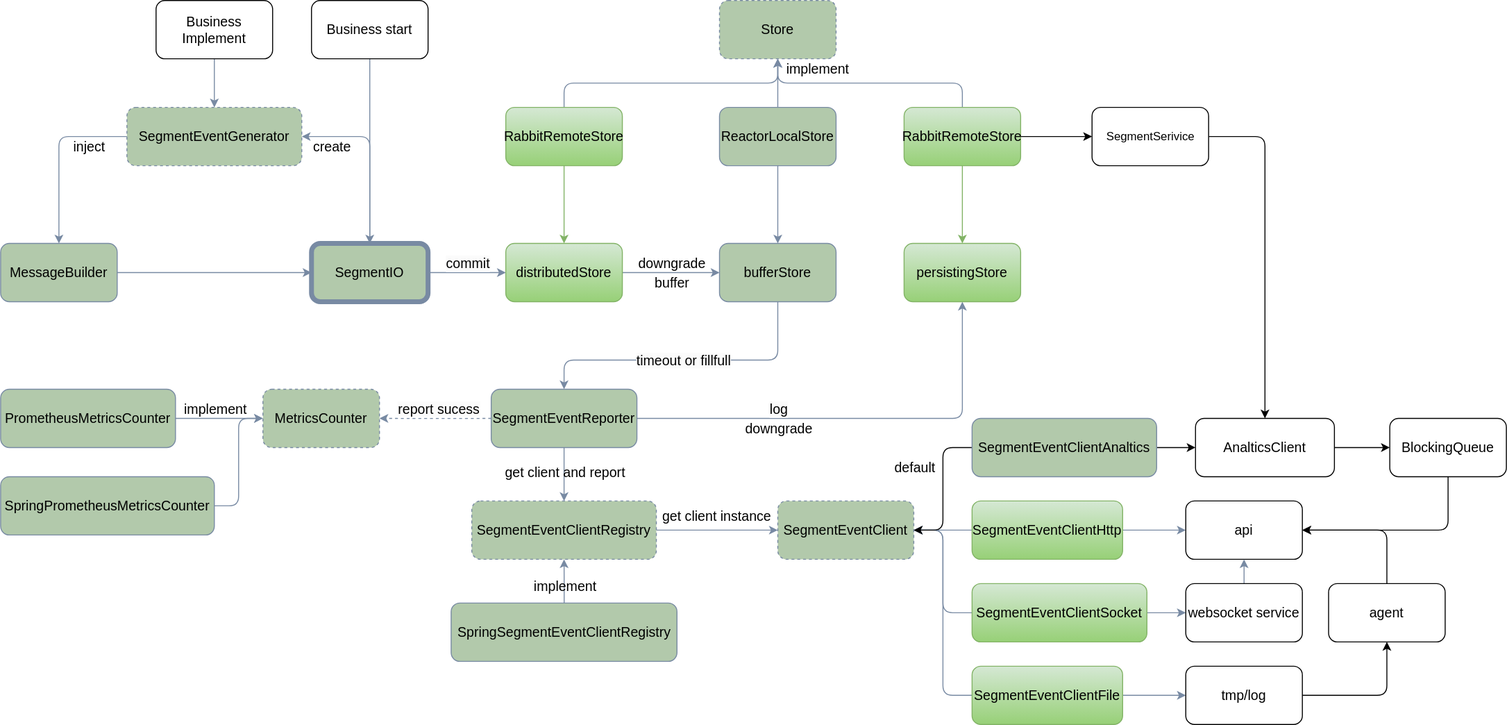
The draw.io diagram assets/SegmentEvent-V2.drawio.svg in sheldon-pacvue/segmenet-event, before a commit. Source tidied: cells renumbered, new cells last; positions are measured from the earlier drawing's top-left corner, leaving out a move shared by most shapes.
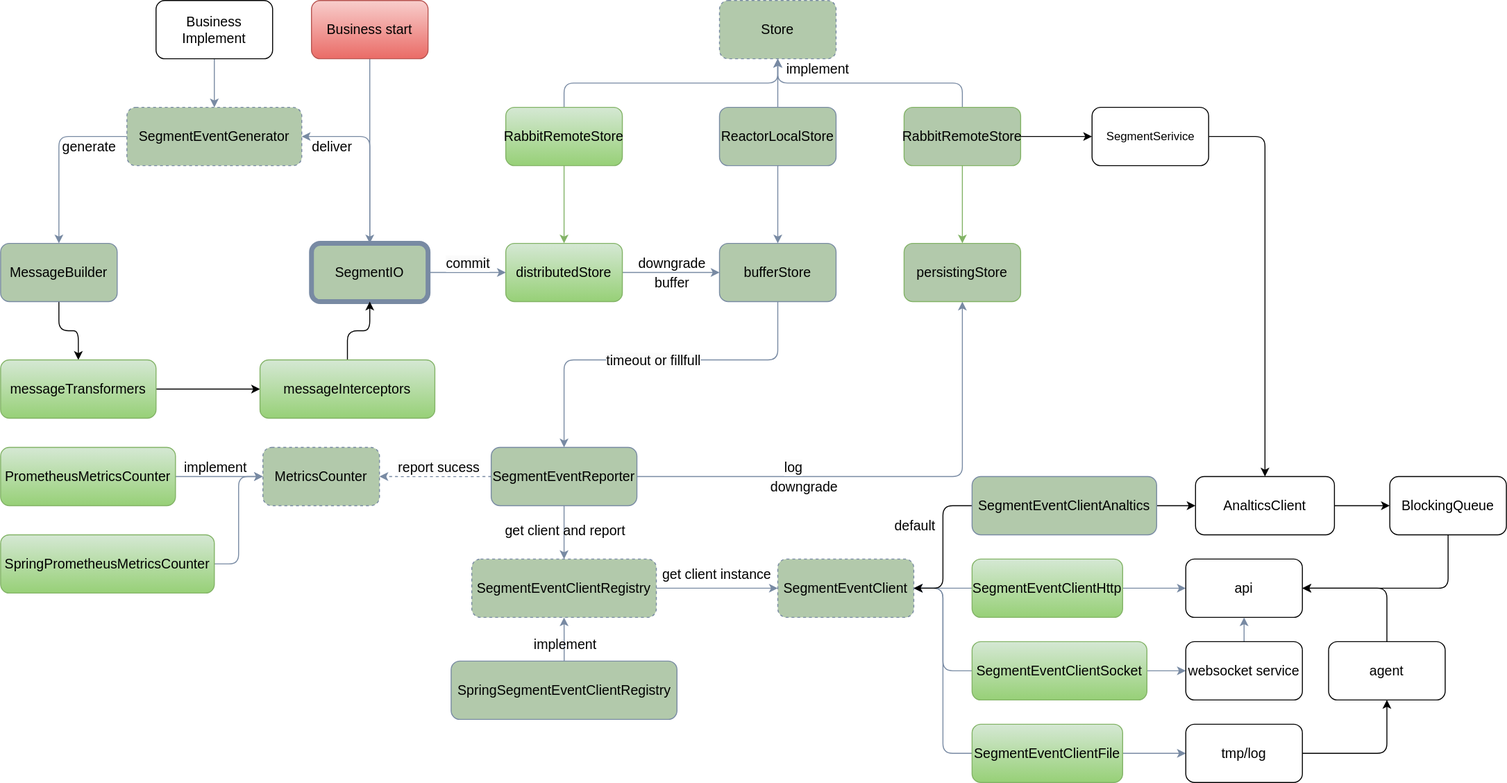
The same file after the commit.

What changed in the source:
```diff
@@ -5,7 +5,7 @@
     <mxCell id="2" style="edgeStyle=orthogonalEdgeStyle;rounded=1;jettySize=auto;html=1;exitX=0.5;exitY=0;exitDx=0;exitDy=0;entryX=1;entryY=0.5;entryDx=0;entryDy=0;strokeColor=#788AA3;fontColor=#000000;fillColor=#B2C9AB;labelBackgroundColor=none;fontSize=14;" parent="1" edge="1" source="15" target="18">
       <mxGeometry relative="1" as="geometry" />
     </mxCell>
-    <mxCell id="3" value="create" style="edgeLabel;html=1;align=center;verticalAlign=middle;fontSize=14;rounded=1;labelBackgroundColor=none;fontColor=#000000;" parent="2" vertex="1">
+    <mxCell id="3" value="deliver" style="edgeLabel;html=1;align=center;verticalAlign=middle;fontSize=14;rounded=1;labelBackgroundColor=none;fontColor=#000000;" parent="2" vertex="1">
       <mxGeometry x="0.38" y="-1" relative="1" as="geometry">
         <mxPoint x="-25" y="11" as="offset" />
       </mxGeometry>
@@ -21,11 +21,11 @@
     <mxCell id="6" style="edgeStyle=orthogonalEdgeStyle;rounded=1;jettySize=auto;html=1;strokeColor=#788AA3;fontColor=#000000;fillColor=#B2C9AB;labelBackgroundColor=none;fontSize=14;" parent="1" edge="1" source="18" target="17">
       <mxGeometry relative="1" as="geometry" />
     </mxCell>
-    <mxCell id="7" value="inject" style="edgeLabel;html=1;align=center;verticalAlign=middle;fontSize=14;rounded=1;labelBackgroundColor=none;fontColor=#000000;" parent="6" vertex="1">
-      <mxGeometry x="-0.49" y="3" relative="1" as="geometry">
-        <mxPoint x="6" y="7" as="offset" />
-      </mxGeometry>
-    </mxCell>
+    <mxCell id="84" value="generate" style="edgeLabel;html=1;align=center;verticalAlign=middle;fontSize=14;" parent="6" vertex="1">
+      <mxGeometry x="-0.53" y="2" relative="1" as="geometry">
+        <mxPoint x="2" y="8" as="offset" />
+      </mxGeometry>
+    </mxCell>
     <mxCell id="8" style="edgeStyle=orthogonalEdgeStyle;rounded=1;jettySize=auto;html=1;entryX=0.5;entryY=1;entryDx=0;entryDy=0;labelBackgroundColor=none;strokeColor=#788AA3;fontColor=#000000;fontSize=14;" parent="1" edge="1" source="29" target="68">
       <mxGeometry relative="1" as="geometry" />
     </mxCell>
@@ -42,7 +42,7 @@
     <mxCell id="11" style="edgeStyle=elbowEdgeStyle;rounded=1;jettySize=auto;html=1;entryX=0.5;entryY=0;entryDx=0;entryDy=0;elbow=vertical;labelBackgroundColor=none;strokeColor=#788AA3;fontColor=#000000;fontSize=14;" parent="1" edge="1" source="31" target="29">
       <mxGeometry relative="1" as="geometry">
         <Array as="points">
-          <mxPoint x="690" y="370" />
+          <mxPoint x="690" y="310" />
         </Array>
       </mxGeometry>
     </mxCell>
@@ -58,28 +58,28 @@
       </mxGeometry>
     </mxCell>
     <mxCell id="15" value="SegmentIO" style="rounded=1;whiteSpace=wrap;html=1;labelBackgroundColor=none;strokeWidth=5;fillColor=#B2C9AB;strokeColor=#788AA3;fontSize=14;fontColor=#000000;" parent="1" vertex="1">
-      <mxGeometry x="320" y="250" width="120" height="60" as="geometry" />
+      <mxGeometry x="320" y="190" width="120" height="60" as="geometry" />
     </mxCell>
-    <mxCell id="16" style="edgeStyle=orthogonalEdgeStyle;rounded=1;jettySize=auto;html=1;strokeColor=#788AA3;fontColor=#000000;fillColor=#B2C9AB;labelBackgroundColor=none;fontSize=14;" parent="1" edge="1" source="17" target="15">
-      <mxGeometry relative="1" as="geometry" />
-    </mxCell>
+    <mxCell id="85" style="edgeStyle=orthogonalEdgeStyle;rounded=1;jettySize=auto;html=1;" parent="1" edge="1" source="17" target="87">
+      <mxGeometry relative="1" as="geometry" />
+    </mxCell>
     <mxCell id="17" value="MessageBuilder" style="rounded=1;whiteSpace=wrap;html=1;strokeColor=#788AA3;fillColor=#B2C9AB;labelBackgroundColor=none;fontSize=14;fontColor=#000000;" parent="1" vertex="1">
-      <mxGeometry y="250" width="120" height="60" as="geometry" />
+      <mxGeometry y="190" width="120" height="60" as="geometry" />
     </mxCell>
     <mxCell id="18" value="SegmentEventGenerator" style="rounded=1;whiteSpace=wrap;html=1;strokeColor=#788AA3;fillColor=#B2C9AB;dashed=1;labelBackgroundColor=none;fontSize=14;fontColor=#000000;" parent="1" vertex="1">
-      <mxGeometry x="130" y="110" width="180" height="60" as="geometry" />
+      <mxGeometry x="130" y="50" width="180" height="60" as="geometry" />
     </mxCell>
     <mxCell id="19" style="edgeStyle=orthogonalEdgeStyle;rounded=1;jettySize=auto;html=1;strokeColor=#788AA3;fontColor=#000000;fillColor=#B2C9AB;labelBackgroundColor=none;fontSize=14;" parent="1" edge="1" source="20" target="18">
       <mxGeometry relative="1" as="geometry" />
     </mxCell>
     <mxCell id="20" value="Business Implement" style="rounded=1;whiteSpace=wrap;html=1;labelBackgroundColor=none;fontSize=14;fillColor=none;" parent="1" vertex="1">
-      <mxGeometry x="160" width="120" height="60" as="geometry" />
+      <mxGeometry x="160" y="-60" width="120" height="60" as="geometry" />
     </mxCell>
     <mxCell id="21" style="edgeStyle=orthogonalEdgeStyle;rounded=1;jettySize=auto;html=1;entryX=0.5;entryY=0;entryDx=0;entryDy=0;strokeColor=#788AA3;fontColor=#000000;fillColor=#B2C9AB;labelBackgroundColor=none;fontSize=14;" parent="1" edge="1" source="22" target="15">
       <mxGeometry relative="1" as="geometry" />
     </mxCell>
-    <mxCell id="22" value="Business start" style="rounded=1;whiteSpace=wrap;html=1;labelBackgroundColor=none;fontSize=14;fillColor=none;" parent="1" vertex="1">
-      <mxGeometry x="320" width="120" height="60" as="geometry" />
+    <mxCell id="22" value="Business start" style="rounded=1;whiteSpace=wrap;html=1;labelBackgroundColor=none;fontSize=14;fillColor=#f8cecc;gradientColor=#ea6b66;strokeColor=#b85450;" parent="1" vertex="1">
+      <mxGeometry x="320" y="-60" width="120" height="60" as="geometry" />
     </mxCell>
     <mxCell id="23" style="edgeStyle=orthogonalEdgeStyle;rounded=1;jettySize=auto;html=1;exitX=1;exitY=0.5;exitDx=0;exitDy=0;strokeColor=#788AA3;fontColor=#000000;fillColor=#B2C9AB;entryX=0;entryY=0.5;entryDx=0;entryDy=0;labelBackgroundColor=none;fontSize=14;" parent="1" edge="1" source="30" target="31">
       <mxGeometry relative="1" as="geometry" />
@@ -95,7 +95,7 @@
       </mxGeometry>
     </mxCell>
     <mxCell id="26" value="Store" style="rounded=1;whiteSpace=wrap;html=1;strokeColor=#788AA3;fillColor=#B2C9AB;dashed=1;labelBackgroundColor=none;fontSize=14;fontColor=#000000;" parent="1" vertex="1">
-      <mxGeometry x="740" width="120" height="60" as="geometry" />
+      <mxGeometry x="740" y="-60" width="120" height="60" as="geometry" />
     </mxCell>
     <mxCell id="27" style="edgeStyle=orthogonalEdgeStyle;rounded=1;jettySize=auto;html=1;exitX=0.5;exitY=1;exitDx=0;exitDy=0;strokeColor=#788AA3;fontColor=#000000;fillColor=#B2C9AB;labelBackgroundColor=none;fontSize=14;" parent="1" edge="1" source="29" target="36">
       <mxGeometry relative="1" as="geometry" />
@@ -107,10 +107,10 @@
       <mxGeometry x="505" y="400" width="150" height="60" as="geometry" />
     </mxCell>
     <mxCell id="30" value="distributedStore" style="rounded=1;whiteSpace=wrap;html=1;strokeColor=#82b366;fillColor=#d5e8d4;labelBackgroundColor=none;fontSize=14;gradientColor=#97d077;" parent="1" vertex="1">
-      <mxGeometry x="520" y="250" width="120" height="60" as="geometry" />
+      <mxGeometry x="520" y="190" width="120" height="60" as="geometry" />
     </mxCell>
     <mxCell id="31" value="bufferStore" style="rounded=1;whiteSpace=wrap;html=1;strokeColor=#788AA3;fillColor=#B2C9AB;labelBackgroundColor=none;fontSize=14;fontColor=#000000;" parent="1" vertex="1">
-      <mxGeometry x="740" y="250" width="120" height="60" as="geometry" />
+      <mxGeometry x="740" y="190" width="120" height="60" as="geometry" />
     </mxCell>
     <mxCell id="32" style="edgeStyle=orthogonalEdgeStyle;rounded=1;jettySize=auto;html=1;strokeColor=#788AA3;fontColor=#000000;fillColor=#B2C9AB;entryX=0;entryY=0.5;entryDx=0;entryDy=0;labelBackgroundColor=none;fontSize=14;" parent="1" edge="1" source="36" target="38">
       <mxGeometry relative="1" as="geometry" />
@@ -181,7 +181,7 @@
       <mxGeometry relative="1" as="geometry" />
     </mxCell>
     <mxCell id="54" value="RabbitRemoteStore" style="rounded=1;whiteSpace=wrap;html=1;strokeColor=#82b366;fillColor=#d5e8d4;labelBackgroundColor=none;fontSize=14;gradientColor=#97d077;" parent="1" vertex="1">
-      <mxGeometry x="520" y="110" width="120" height="60" as="geometry" />
+      <mxGeometry x="520" y="50" width="120" height="60" as="geometry" />
     </mxCell>
     <mxCell id="55" style="edgeStyle=orthogonalEdgeStyle;rounded=1;jettySize=auto;html=1;labelBackgroundColor=none;strokeColor=#788AA3;fontColor=#000000;fontSize=14;" parent="1" edge="1" source="57" target="31">
       <mxGeometry relative="1" as="geometry" />
@@ -190,7 +190,7 @@
       <mxGeometry relative="1" as="geometry" />
     </mxCell>
     <mxCell id="57" value="ReactorLocalStore" style="rounded=1;whiteSpace=wrap;html=1;strokeColor=#788AA3;fillColor=#B2C9AB;labelBackgroundColor=none;fontSize=14;fontColor=#000000;" parent="1" vertex="1">
-      <mxGeometry x="740" y="110" width="120" height="60" as="geometry" />
+      <mxGeometry x="740" y="50" width="120" height="60" as="geometry" />
     </mxCell>
     <mxCell id="58" style="edgeStyle=orthogonalEdgeStyle;rounded=1;jettySize=auto;html=1;exitX=1;exitY=0.5;exitDx=0;exitDy=0;labelBackgroundColor=none;strokeColor=#788AA3;fontColor=#000000;fontSize=14;" parent="1" edge="1" source="60" target="42">
       <mxGeometry relative="1" as="geometry" />
@@ -200,13 +200,13 @@
         <mxPoint x="-6" y="-9" as="offset" />
       </mxGeometry>
     </mxCell>
-    <mxCell id="60" value="PrometheusMetricsCounter" style="rounded=1;whiteSpace=wrap;html=1;strokeColor=#788AA3;fillColor=#B2C9AB;labelBackgroundColor=none;fontSize=14;fontColor=#000000;" parent="1" vertex="1">
+    <mxCell id="60" value="PrometheusMetricsCounter" style="rounded=1;whiteSpace=wrap;html=1;strokeColor=#82b366;fillColor=#d5e8d4;labelBackgroundColor=none;fontSize=14;gradientColor=#97d077;" parent="1" vertex="1">
       <mxGeometry y="400" width="180" height="60" as="geometry" />
     </mxCell>
     <mxCell id="61" style="edgeStyle=orthogonalEdgeStyle;rounded=1;jettySize=auto;html=1;exitX=1;exitY=0.5;exitDx=0;exitDy=0;entryX=0;entryY=0.5;entryDx=0;entryDy=0;labelBackgroundColor=none;strokeColor=#788AA3;fontColor=#000000;fontSize=14;" parent="1" edge="1" source="62" target="42">
       <mxGeometry relative="1" as="geometry" />
     </mxCell>
-    <mxCell id="62" value="SpringPrometheusMetricsCounter" style="rounded=1;whiteSpace=wrap;html=1;strokeColor=#788AA3;fillColor=#B2C9AB;labelBackgroundColor=none;fontSize=14;fontColor=#000000;" parent="1" vertex="1">
+    <mxCell id="62" value="SpringPrometheusMetricsCounter" style="rounded=1;whiteSpace=wrap;html=1;strokeColor=#82b366;fillColor=#d5e8d4;labelBackgroundColor=none;fontSize=14;gradientColor=#97d077;" parent="1" vertex="1">
       <mxGeometry y="490" width="220" height="60" as="geometry" />
     </mxCell>
     <mxCell id="63" style="edgeStyle=orthogonalEdgeStyle;rounded=1;jettySize=auto;html=1;exitX=0.5;exitY=0;exitDx=0;exitDy=0;entryX=0.5;entryY=1;entryDx=0;entryDy=0;labelBackgroundColor=none;strokeColor=#788AA3;fontColor=#000000;fontSize=14;" parent="1" edge="1" source="67" target="26">
@@ -223,11 +223,11 @@
     <mxCell id="66" style="edgeStyle=orthogonalEdgeStyle;rounded=1;jettySize=auto;html=1;entryX=0;entryY=0.5;entryDx=0;entryDy=0;" parent="1" edge="1" source="67" target="83">
       <mxGeometry relative="1" as="geometry" />
     </mxCell>
-    <mxCell id="67" value="RabbitRemoteStore" style="rounded=1;whiteSpace=wrap;html=1;strokeColor=#82b366;fillColor=#d5e8d4;labelBackgroundColor=none;fontSize=14;gradientColor=#97d077;" parent="1" vertex="1">
-      <mxGeometry x="930" y="110" width="120" height="60" as="geometry" />
+    <mxCell id="67" value="RabbitRemoteStore" style="rounded=1;whiteSpace=wrap;html=1;strokeColor=#82b366;fillColor=#B2C9AB;labelBackgroundColor=none;fontSize=14;gradientColor=none;" parent="1" vertex="1">
+      <mxGeometry x="930" y="50" width="120" height="60" as="geometry" />
     </mxCell>
-    <mxCell id="68" value="persistingStore" style="rounded=1;whiteSpace=wrap;html=1;strokeColor=#82b366;fillColor=#d5e8d4;labelBackgroundColor=none;fontSize=14;gradientColor=#97d077;" parent="1" vertex="1">
-      <mxGeometry x="930" y="250" width="120" height="60" as="geometry" />
+    <mxCell id="68" value="persistingStore" style="rounded=1;whiteSpace=wrap;html=1;strokeColor=#82b366;fillColor=#B2C9AB;labelBackgroundColor=none;fontSize=14;gradientColor=none;" parent="1" vertex="1">
+      <mxGeometry x="930" y="190" width="120" height="60" as="geometry" />
     </mxCell>
     <mxCell id="69" style="edgeStyle=orthogonalEdgeStyle;rounded=1;jettySize=auto;html=1;exitX=0.5;exitY=0;exitDx=0;exitDy=0;entryX=0.5;entryY=1;entryDx=0;entryDy=0;labelBackgroundColor=none;strokeColor=#788AA3;fontColor=#000000;fontSize=14;" parent="1" edge="1" source="70" target="49">
       <mxGeometry relative="1" as="geometry" />
@@ -235,9 +235,9 @@
     <mxCell id="70" value="websocket service" style="rounded=1;whiteSpace=wrap;html=1;fontSize=14;labelBackgroundColor=none;fillColor=none;" parent="1" vertex="1">
       <mxGeometry x="1220" y="600" width="120" height="60" as="geometry" />
     </mxCell>
-    <mxCell id="71" style="edgeStyle=orthogonalEdgeStyle;rounded=1;jettySize=auto;html=1;labelBackgroundColor=none;strokeColor=#666666;fontColor=#000000;fontSize=14;fillColor=#f5f5f5;gradientColor=#b3b3b3;" parent="1" edge="1" source="x">
+    <mxCell id="71" style="edgeStyle=orthogonalEdgeStyle;rounded=1;orthogonalLoop=1;jettySize=auto;html=1;labelBackgroundColor=none;strokeColor=#666666;fontColor=#000000;fontSize=14;fillColor=#f5f5f5;gradientColor=#b3b3b3;" parent="1" edge="1">
       <mxGeometry relative="1" as="geometry">
-        <mxPoint x="1183" y="170" as="targetPoint" />
+        <mxPoint x="1183" y="110" as="targetPoint" />
       </mxGeometry>
     </mxCell>
     <mxCell id="72" style="edgeStyle=orthogonalEdgeStyle;rounded=1;jettySize=auto;html=1;exitX=0.5;exitY=0;exitDx=0;exitDy=0;entryX=1;entryY=0.5;entryDx=0;entryDy=0;" parent="1" edge="1" source="73" target="49">
@@ -276,7 +276,19 @@
       <mxGeometry relative="1" as="geometry" />
     </mxCell>
     <mxCell id="83" value="SegmentSerivice" style="rounded=1;whiteSpace=wrap;html=1;" parent="1" vertex="1">
-      <mxGeometry x="1123.5" y="110" width="120" height="60" as="geometry" />
+      <mxGeometry x="1123.5" y="50" width="120" height="60" as="geometry" />
     </mxCell>
+    <mxCell id="86" style="edgeStyle=orthogonalEdgeStyle;rounded=1;jettySize=auto;html=1;" parent="1" edge="1" source="87" target="89">
+      <mxGeometry relative="1" as="geometry" />
+    </mxCell>
+    <mxCell id="87" value="messageTransformers" style="rounded=1;whiteSpace=wrap;html=1;strokeColor=#82b366;fillColor=#d5e8d4;labelBackgroundColor=none;fontSize=14;gradientColor=#97d077;" parent="1" vertex="1">
+      <mxGeometry y="310" width="160" height="60" as="geometry" />
+    </mxCell>
+    <mxCell id="88" style="edgeStyle=orthogonalEdgeStyle;rounded=1;jettySize=auto;html=1;exitX=0.5;exitY=0;exitDx=0;exitDy=0;entryX=0.5;entryY=1;entryDx=0;entryDy=0;" parent="1" edge="1" source="89" target="15">
+      <mxGeometry relative="1" as="geometry" />
+    </mxCell>
+    <mxCell id="89" value="messageInterceptors" style="rounded=1;whiteSpace=wrap;html=1;strokeColor=#82b366;fillColor=#d5e8d4;labelBackgroundColor=none;fontSize=14;gradientColor=#97d077;" parent="1" vertex="1">
+      <mxGeometry x="267" y="310" width="180" height="60" as="geometry" />
+    </mxCell>
   </root>
 </mxGraphModel>
```
